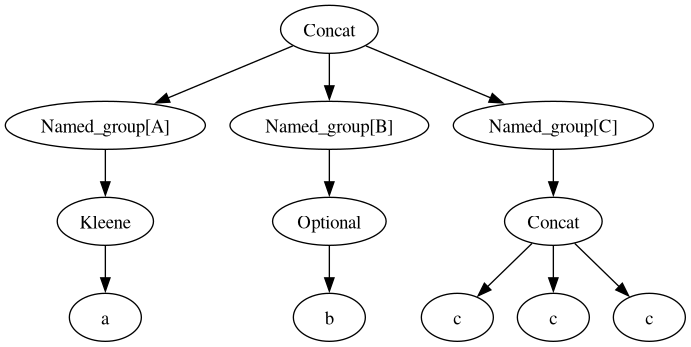
Before: lab2/ast.png, a diagram exported from Graphviz (konstantin2506/automata_theory). Its source is kept beside it as lab2/ast.dot.
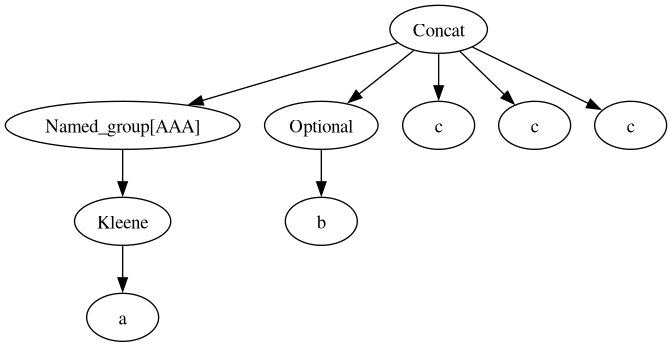
Above is the later version.

Diff of the diagram source:
```diff
@@ -1,25 +1,5 @@
 digraph AST {
-  node0 [label="Concat"];
-  node1 [label="Named_group[A]"];
+  node0 [label="Kleene"];
+  node1 [label="a"];
   node0 -> node1;
-  node2 [label="Kleene"];
-  node1 -> node2;
-  node3 [label="a"];
-  node2 -> node3;
-  node4 [label="Named_group[B]"];
-  node0 -> node4;
-  node5 [label="Optional"];
-  node4 -> node5;
-  node6 [label="b"];
-  node5 -> node6;
-  node7 [label="Named_group[C]"];
-  node0 -> node7;
-  node8 [label="Concat"];
-  node7 -> node8;
-  node9 [label="c"];
-  node8 -> node9;
-  node10 [label="c"];
-  node8 -> node10;
-  node11 [label="c"];
-  node8 -> node11;
 }
```
